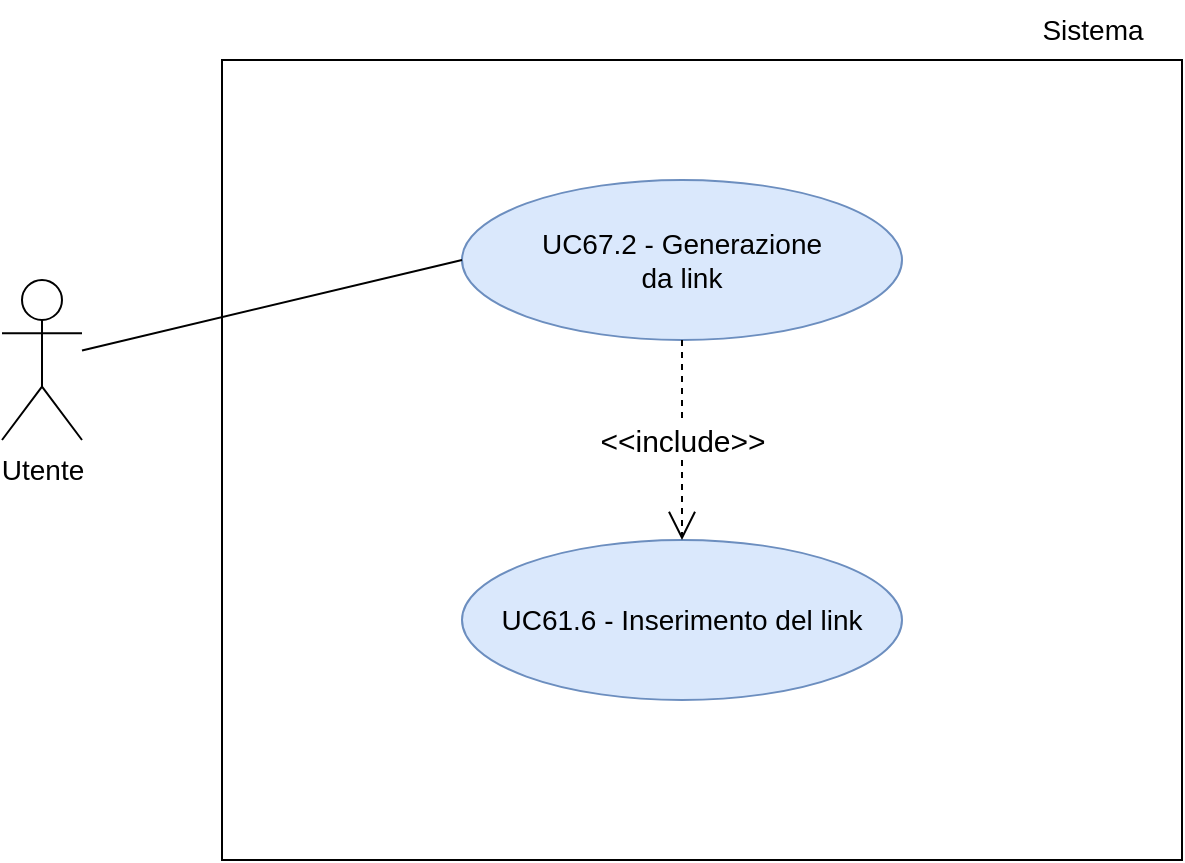
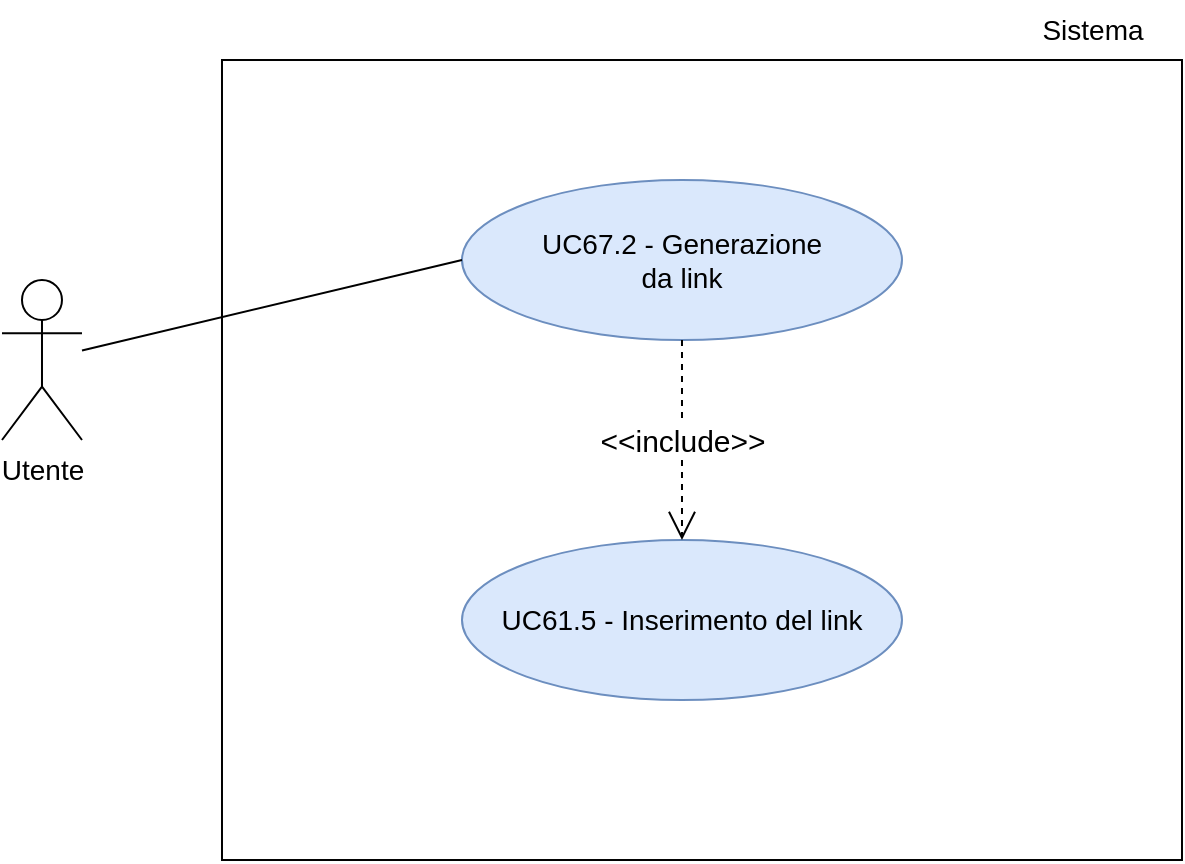
<mxfile host="app.diagrams.net">
  <diagram name="Pagina-1" id="xQkobMQ6OQ0ODcRfu5QX">
-     <mxGraphModel dx="1455" dy="2217" grid="1" gridSize="10" guides="1" tooltips="1" connect="1" arrows="1" fold="1" page="1" pageScale="1" pageWidth="850" pageHeight="1100" math="0" shadow="0">
+     <mxGraphModel dx="1475" dy="893" grid="1" gridSize="10" guides="1" tooltips="1" connect="1" arrows="1" fold="1" page="1" pageScale="1" pageWidth="850" pageHeight="1100" math="0" shadow="0">
      <root>
        <mxCell id="0" />
        <mxCell id="1" parent="0" />
-         <mxCell id="HCdEVDdO6MzIm06qFmDV-520" parent="1" style="text;html=1;align=center;verticalAlign=middle;resizable=0;points=[];autosize=1;strokeColor=none;fillColor=none;fontSize=14;" value="Sistema" vertex="1">
-           <mxGeometry height="30" width="70" x="770" y="-190" as="geometry" />
+         <mxCell id="HCdEVDdO6MzIm06qFmDV-752" parent="1" style="text;html=1;align=center;verticalAlign=middle;resizable=0;points=[];autosize=1;strokeColor=none;fillColor=none;fontSize=14;" value="Sistema" vertex="1">
+           <mxGeometry height="30" width="70" x="649.9966666666667" y="410.0033333333333" as="geometry" />
        </mxCell>
-         <mxCell id="HCdEVDdO6MzIm06qFmDV-521" parent="1" style="whiteSpace=wrap;html=1;pointerEvents=0;fillColor=none;strokeColor=#000000;" value="" vertex="1">
-           <mxGeometry height="400" width="480" x="370" y="-160" as="geometry" />
+         <mxCell id="HCdEVDdO6MzIm06qFmDV-753" parent="1" style="whiteSpace=wrap;html=1;pointerEvents=0;fillColor=none;strokeColor=#000000;" value="" vertex="1">
+           <mxGeometry height="400" width="480" x="249.99666666666673" y="440.0033333333333" as="geometry" />
        </mxCell>
-         <mxCell id="HCdEVDdO6MzIm06qFmDV-522" parent="1" style="shape=umlActor;verticalLabelPosition=bottom;verticalAlign=top;html=1;outlineConnect=0;fontSize=14;" value="Utente" vertex="1">
-           <mxGeometry height="80" width="40" x="260" y="-50" as="geometry" />
+         <mxCell id="HCdEVDdO6MzIm06qFmDV-754" parent="1" style="shape=umlActor;verticalLabelPosition=bottom;verticalAlign=top;html=1;outlineConnect=0;fontSize=14;" value="Utente" vertex="1">
+           <mxGeometry height="80" width="40" x="139.99666666666673" y="550.0033333333332" as="geometry" />
        </mxCell>
-         <mxCell id="HCdEVDdO6MzIm06qFmDV-523" parent="1" style="ellipse;whiteSpace=wrap;html=1;fillColor=#dae8fc;strokeColor=#6c8ebf;fontSize=14;" value="UC67.2 - Generazione&lt;br&gt;da link" vertex="1">
-           <mxGeometry height="80" width="220" x="490" y="-100" as="geometry" />
+         <mxCell id="HCdEVDdO6MzIm06qFmDV-755" parent="1" style="ellipse;whiteSpace=wrap;html=1;fillColor=#dae8fc;strokeColor=#6c8ebf;fontSize=14;" value="UC67.2 - Generazione&lt;br&gt;da link" vertex="1">
+           <mxGeometry height="80" width="220" x="369.9966666666667" y="500.0033333333333" as="geometry" />
        </mxCell>
-         <mxCell id="HCdEVDdO6MzIm06qFmDV-524" parent="1" style="ellipse;whiteSpace=wrap;html=1;fillColor=#dae8fc;strokeColor=#6c8ebf;fontSize=14;" value="UC61.6 - Inserimento del link" vertex="1">
-           <mxGeometry height="80" width="220" x="490" y="80" as="geometry" />
+         <mxCell id="HCdEVDdO6MzIm06qFmDV-756" parent="1" style="ellipse;whiteSpace=wrap;html=1;fillColor=#dae8fc;strokeColor=#6c8ebf;fontSize=14;" value="UC61.5 - Inserimento del link" vertex="1">
+           <mxGeometry height="80" width="220" x="369.9966666666667" y="680.0033333333332" as="geometry" />
        </mxCell>
-         <mxCell id="HCdEVDdO6MzIm06qFmDV-525" edge="1" parent="1" source="HCdEVDdO6MzIm06qFmDV-522" style="endArrow=none;html=1;rounded=0;entryX=0;entryY=0.5;entryDx=0;entryDy=0;" target="HCdEVDdO6MzIm06qFmDV-523" value="">
+         <mxCell id="HCdEVDdO6MzIm06qFmDV-757" edge="1" parent="1" source="HCdEVDdO6MzIm06qFmDV-754" style="endArrow=none;html=1;rounded=0;entryX=0;entryY=0.5;entryDx=0;entryDy=0;" target="HCdEVDdO6MzIm06qFmDV-755" value="">
          <mxGeometry height="50" relative="1" width="50" as="geometry" />
        </mxCell>
-         <mxCell id="HCdEVDdO6MzIm06qFmDV-526" edge="1" parent="1" source="HCdEVDdO6MzIm06qFmDV-523" style="endArrow=open;endSize=12;dashed=1;html=1;rounded=0;exitX=0.5;exitY=1;exitDx=0;exitDy=0;entryX=0.5;entryY=0;entryDx=0;entryDy=0;" target="HCdEVDdO6MzIm06qFmDV-524" value="&lt;font style=&quot;font-size: 15px;&quot;&gt;&amp;lt;&amp;lt;include&amp;gt;&amp;gt;&lt;/font&gt;">
+         <mxCell id="HCdEVDdO6MzIm06qFmDV-758" edge="1" parent="1" source="HCdEVDdO6MzIm06qFmDV-755" style="endArrow=open;endSize=12;dashed=1;html=1;rounded=0;exitX=0.5;exitY=1;exitDx=0;exitDy=0;entryX=0.5;entryY=0;entryDx=0;entryDy=0;" target="HCdEVDdO6MzIm06qFmDV-756" value="&lt;font style=&quot;font-size: 15px;&quot;&gt;&amp;lt;&amp;lt;include&amp;gt;&amp;gt;&lt;/font&gt;">
          <mxGeometry relative="1" as="geometry" />
        </mxCell>
      </root>
    </mxGraphModel>
  </diagram>
</mxfile>
